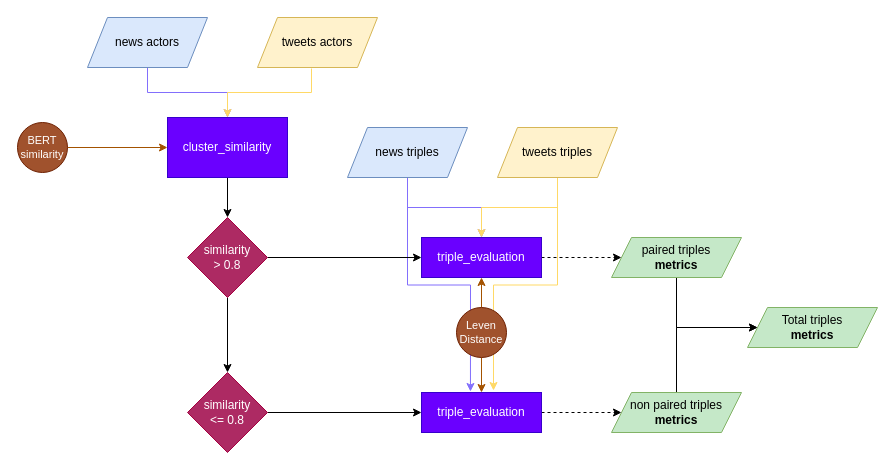
Before: T2S/notebooks/Tw2S-evaluation-framework.drawio in Vasco27/Tweet2Story, a draw.io diagram. Source tidied: cells renumbered, new cells numbered last; positions are measured from the earlier drawing's top-left corner, leaving out a move shared by most shapes. Both pictures are drawn from the tidied source at 100%, with x=0, y=0 at pixel (17, 17).
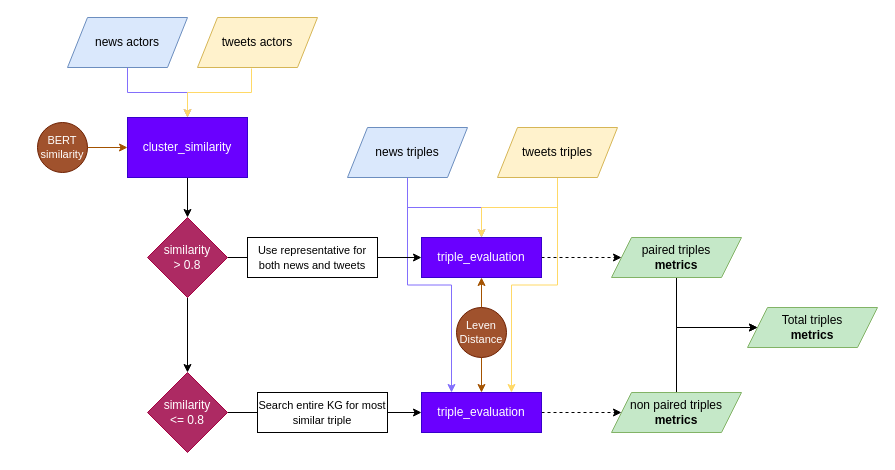
The same diagram, later.

Unchanged cells that the change refers to:
```xml
<mxCell id="6" value="&lt;div&gt;news triples&lt;/div&gt;" style="shape=parallelogram;perimeter=parallelogramPerimeter;whiteSpace=wrap;html=1;fixedSize=1;fillColor=#dae8fc;strokeColor=#6c8ebf;" parent="1" vertex="1">
  <mxGeometry x="330" y="110" width="120" height="50" as="geometry" />
</mxCell>
<mxCell id="11" value="tweets triples" style="shape=parallelogram;perimeter=parallelogramPerimeter;whiteSpace=wrap;html=1;fixedSize=1;fillColor=#fff2cc;strokeColor=#d6b656;" parent="1" vertex="1">
  <mxGeometry x="480" y="110" width="120" height="50" as="geometry" />
</mxCell>
<mxCell id="26" value="triple_evaluation" style="rounded=0;whiteSpace=wrap;html=1;fillColor=#6a00ff;strokeColor=#3700CC;fontColor=#ffffff;" parent="1" vertex="1">
  <mxGeometry x="404" y="375" width="120" height="40" as="geometry" />
</mxCell>
```

What changed in the source:
```diff
@@
     <mxCell id="3" value="news actors" style="shape=parallelogram;perimeter=parallelogramPerimeter;whiteSpace=wrap;html=1;fixedSize=1;fillColor=#dae8fc;strokeColor=#6c8ebf;" parent="1" vertex="1">
-      <mxGeometry x="70" width="120" height="50" as="geometry" />
+      <mxGeometry x="50" width="120" height="50" as="geometry" />
     </mxCell>
@@
-    <mxCell id="5" style="edgeStyle=orthogonalEdgeStyle;rounded=0;jettySize=auto;html=1;exitX=0.5;exitY=1;exitDx=0;exitDy=0;entryX=0.408;entryY=-0.025;entryDx=0;entryDy=0;entryPerimeter=0;strokeColor=#826FFC;" parent="1" edge="1" source="6" target="26">
+    <mxCell id="5" style="edgeStyle=orthogonalEdgeStyle;rounded=0;jettySize=auto;html=1;exitX=0.5;exitY=1;exitDx=0;exitDy=0;entryX=0.25;entryY=0;entryDx=0;entryDy=0;strokeColor=#826FFC;" parent="1" edge="1" source="6" target="26">
       <mxGeometry relative="1" as="geometry" />
     </mxCell>
@@
     <mxCell id="8" value="tweets actors" style="shape=parallelogram;perimeter=parallelogramPerimeter;whiteSpace=wrap;html=1;fixedSize=1;fillColor=#fff2cc;strokeColor=#d6b656;" parent="1" vertex="1">
-      <mxGeometry x="240" width="120" height="50" as="geometry" />
+      <mxGeometry x="180" width="120" height="50" as="geometry" />
     </mxCell>
@@
-    <mxCell id="10" style="edgeStyle=orthogonalEdgeStyle;rounded=0;jettySize=auto;html=1;exitX=0.5;exitY=1;exitDx=0;exitDy=0;entryX=0.6;entryY=-0.05;entryDx=0;entryDy=0;entryPerimeter=0;strokeColor=#FFD966;" parent="1" edge="1" source="11" target="26">
+    <mxCell id="10" style="edgeStyle=orthogonalEdgeStyle;rounded=0;jettySize=auto;html=1;exitX=0.5;exitY=1;exitDx=0;exitDy=0;entryX=0.75;entryY=0;entryDx=0;entryDy=0;strokeColor=#FFD966;" parent="1" edge="1" source="11" target="26">
       <mxGeometry relative="1" as="geometry" />
     </mxCell>
@@
     <mxCell id="13" value="cluster_similarity" style="rounded=0;whiteSpace=wrap;html=1;strokeColor=#3700CC;fillColor=#6a00ff;fontColor=#ffffff;" parent="1" vertex="1">
-      <mxGeometry x="150" y="100" width="120" height="60" as="geometry" />
+      <mxGeometry x="110" y="100" width="120" height="60" as="geometry" />
     </mxCell>
@@
     <mxCell id="15" value="&lt;div style=&quot;font-size: 11px&quot;&gt;&lt;font style=&quot;font-size: 11px&quot;&gt;BERT&lt;/font&gt;&lt;/div&gt;&lt;div style=&quot;font-size: 11px&quot;&gt;&lt;font style=&quot;font-size: 11px&quot;&gt;similarity&lt;/font&gt;&lt;br&gt;&lt;/div&gt;" style="ellipse;whiteSpace=wrap;html=1;fillColor=#a0522d;strokeColor=#6D1F00;fontColor=#ffffff;" parent="1" vertex="1">
-      <mxGeometry y="105" width="50" height="50" as="geometry" />
+      <mxGeometry x="20" y="105" width="50" height="50" as="geometry" />
     </mxCell>
@@
     <mxCell id="18" value="&lt;div&gt;similarity &lt;br&gt;&lt;/div&gt;&lt;div&gt;&amp;gt; 0.8&lt;br&gt;&lt;/div&gt;" style="rhombus;whiteSpace=wrap;html=1;strokeColor=#A50040;fontColor=#ffffff;fillColor=#AD2A63;" parent="1" vertex="1">
-      <mxGeometry x="170" y="200" width="80" height="80" as="geometry" />
+      <mxGeometry x="130" y="200" width="80" height="80" as="geometry" />
     </mxCell>
@@
     <mxCell id="24" value="&lt;div&gt;similarity &lt;br&gt;&lt;/div&gt;&lt;div&gt;&amp;lt;= 0.8&lt;br&gt;&lt;/div&gt;" style="rhombus;whiteSpace=wrap;html=1;strokeColor=#A50040;fontColor=#ffffff;fillColor=#AD2A63;" parent="1" vertex="1">
-      <mxGeometry x="170" y="355" width="80" height="80" as="geometry" />
+      <mxGeometry x="130" y="355" width="80" height="80" as="geometry" />
     </mxCell>
@@
+    <mxCell id="33" value="&lt;font style=&quot;font-size: 11px&quot;&gt;Use representative for both news and tweets&lt;/font&gt;" style="rounded=0;whiteSpace=wrap;html=1;" parent="1" vertex="1">
+      <mxGeometry x="230" y="220" width="130" height="40" as="geometry" />
+    </mxCell>
+    <mxCell id="34" value="&lt;font style=&quot;font-size: 11px&quot;&gt;Search entire KG for most similar triple&lt;/font&gt;" style="rounded=0;whiteSpace=wrap;html=1;" parent="1" vertex="1">
+      <mxGeometry x="240" y="375" width="130" height="40" as="geometry" />
+    </mxCell>
```
